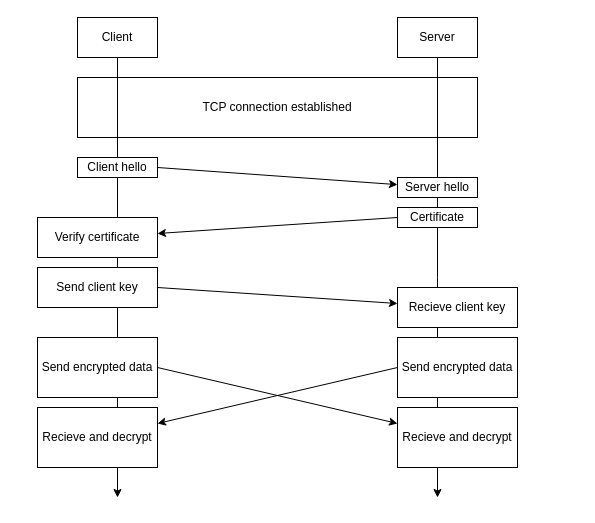
kieranknowles1/ComputerNetworksAssignment keeps this draw.io diagram as TLS.drawio. Above is the earlier version. Source tidied: cells renumbered, new cells numbered last; positions are measured from the earlier drawing's top-left corner, leaving out a move shared by most shapes. Both pictures are drawn from the tidied source at 100%, with x=0, y=0 at pixel (37, 17).
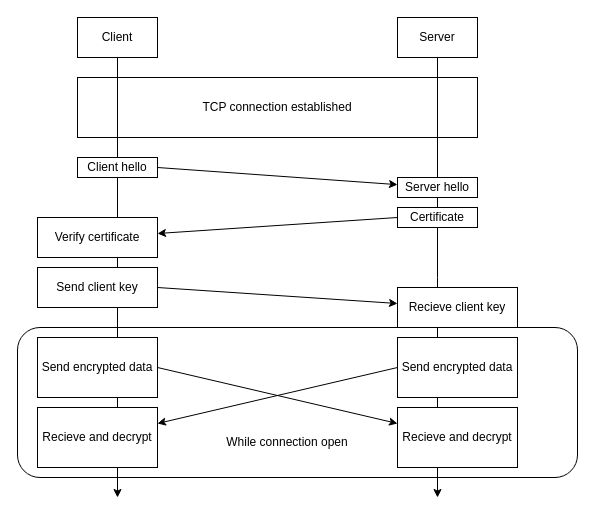
The same page after the edit.

Change to the diagram source:
```diff
@@
+    <mxCell id="22" style="rounded=1;whiteSpace=wrap;html=1;fillColor=none;" parent="1" vertex="1">
+      <mxGeometry x="-20" y="310" width="560" height="150" as="geometry" />
+    </mxCell>
+    <mxCell id="23" value="While connection open" style="text;html=1;strokeColor=none;fillColor=none;align=center;verticalAlign=middle;whiteSpace=wrap;rounded=0;" parent="1" vertex="1">
+      <mxGeometry x="170" y="410" width="160" height="30" as="geometry" />
+    </mxCell>
```
